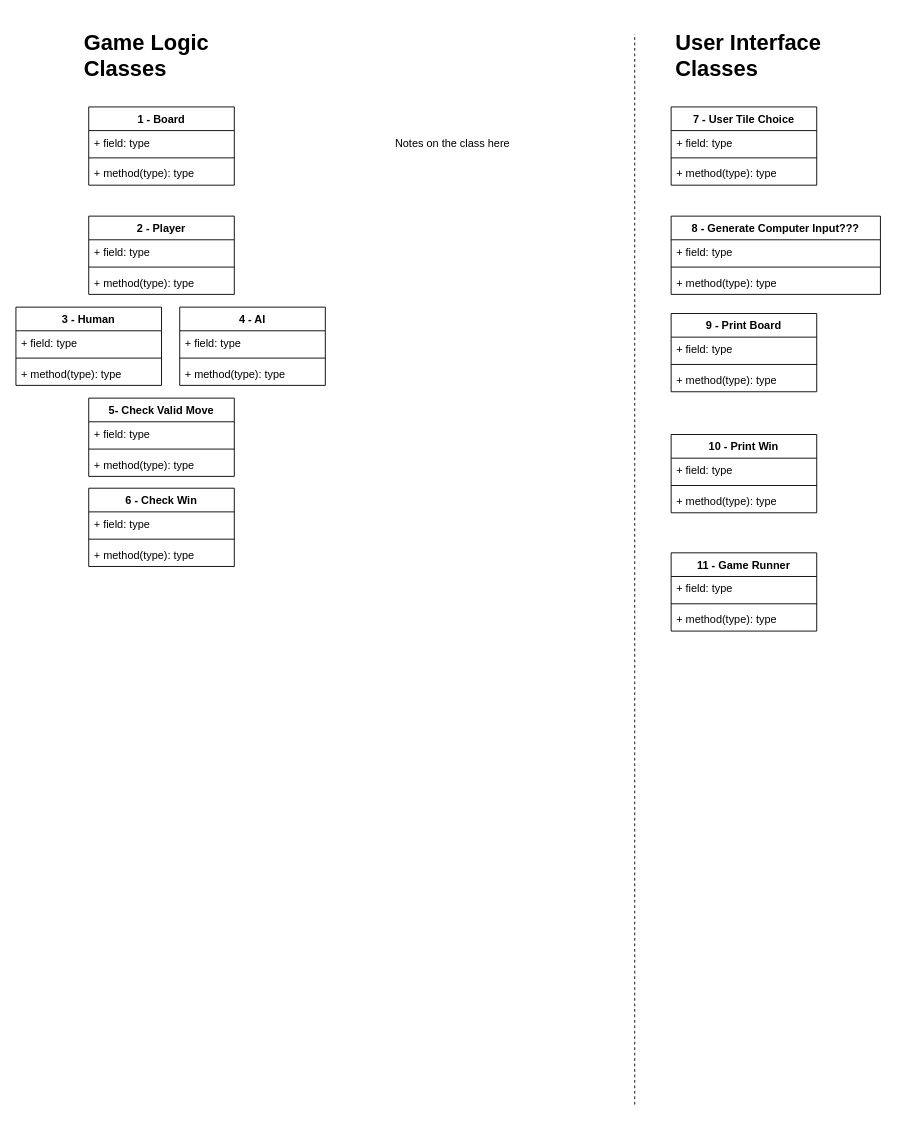
The draw.io diagram JavaTicTacToe.drawio in eccelm/database-diagrams, before the edit. Source tidied: cells renumbered, new cells numbered last; positions are measured from the earlier drawing's top-left corner, leaving out a move shared by most shapes. Both pictures are drawn from the tidied source at 91%, with x=0, y=0 at pixel (15, 25).
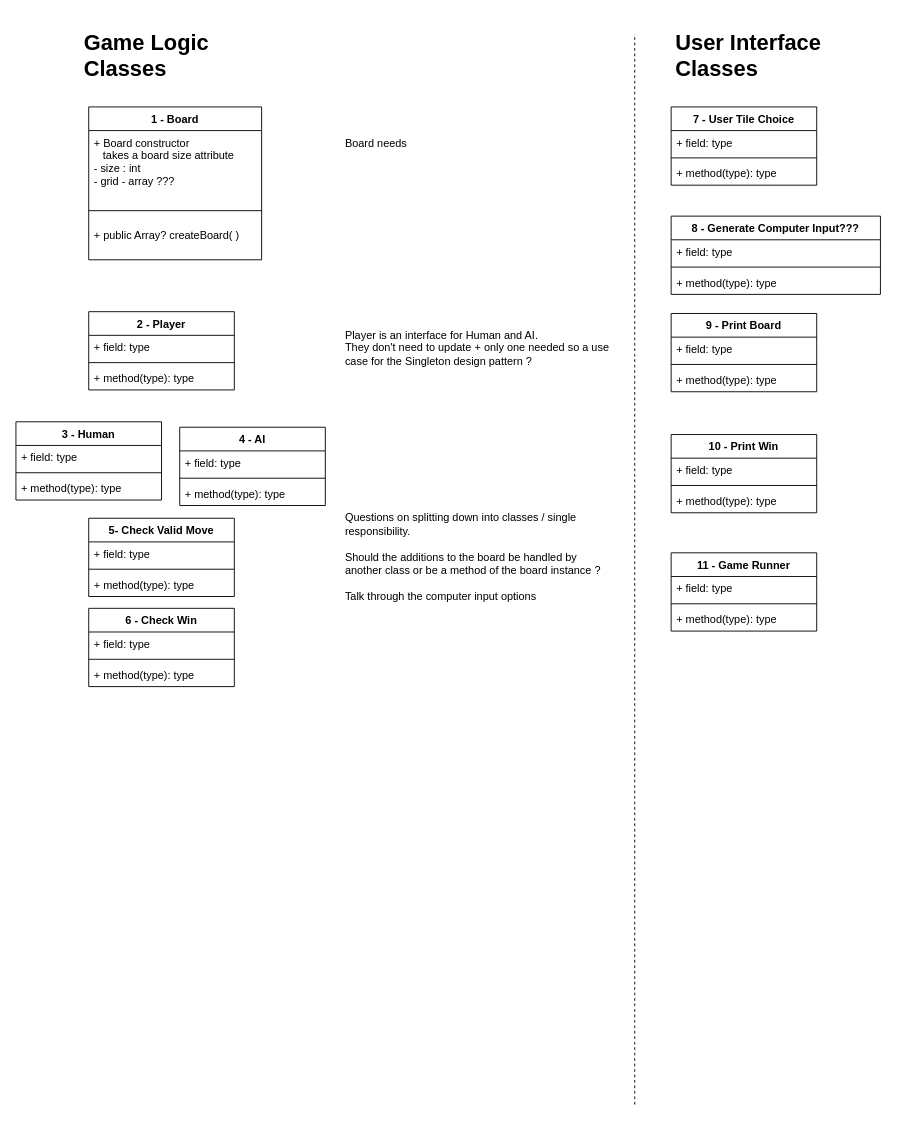
After the change.

Change to the diagram source:
```diff
@@
     <mxCell id="2" value="1 - Board" style="swimlane;fontStyle=1;align=center;verticalAlign=top;horizontal=1;startSize=26;" parent="1" vertex="1">
-      <mxGeometry x="80" y="90" width="160" height="86" as="geometry" />
+      <mxGeometry x="80" y="90" width="190" height="168" as="geometry" />
     </mxCell>
-    <mxCell id="3" value="+ field: type" style="text;strokeColor=none;fillColor=none;align=left;verticalAlign=top;spacingLeft=4;spacingRight=4;overflow=hidden;" parent="2" vertex="1">
-      <mxGeometry y="26" width="160" height="26" as="geometry" />
+    <mxCell id="3" value="+ Board constructor &#10;   takes a board size attribute&#10;- size : int&#10;- grid - array ???&#10;" style="text;strokeColor=none;fillColor=none;align=left;verticalAlign=top;spacingLeft=4;spacingRight=4;overflow=hidden;" parent="2" vertex="1">
+      <mxGeometry y="26" width="190" height="74" as="geometry" />
     </mxCell>
     <mxCell id="4" style="line;strokeWidth=1;fillColor=none;align=left;verticalAlign=middle;spacingTop=-1;spacingLeft=3;spacingRight=3;labelPosition=right;" parent="2" vertex="1">
-      <mxGeometry y="52" width="160" height="8" as="geometry" />
+      <mxGeometry y="100" width="190" height="28" as="geometry" />
     </mxCell>
-    <mxCell id="5" value="+ method(type): type&#10;" style="text;strokeColor=none;fillColor=none;align=left;verticalAlign=top;spacingLeft=4;spacingRight=4;overflow=hidden;" parent="2" vertex="1">
-      <mxGeometry y="60" width="160" height="26" as="geometry" />
+    <mxCell id="5" value="+ public Array? createBoard( )&#10;" style="text;strokeColor=none;fillColor=none;align=left;verticalAlign=top;spacingLeft=4;spacingRight=4;overflow=hidden;" parent="2" vertex="1">
+      <mxGeometry y="128" width="190" height="40" as="geometry" />
     </mxCell>
@@
     <mxCell id="8" value="2 - Player" style="swimlane;fontStyle=1;align=center;verticalAlign=top;horizontal=1;startSize=26;" parent="1" vertex="1">
-      <mxGeometry x="80" y="210" width="160" height="86" as="geometry" />
+      <mxGeometry x="80" y="315" width="160" height="86" as="geometry" />
     </mxCell>
@@
-    <mxCell id="17" value="Notes on the class here" style="text;html=1;strokeColor=none;fillColor=none;align=center;verticalAlign=middle;whiteSpace=wrap;rounded=0;" parent="1" vertex="1">
-      <mxGeometry x="320" y="90" width="320" height="80" as="geometry" />
+    <mxCell id="17" value="Board needs&amp;nbsp;" style="text;html=1;strokeColor=none;fillColor=none;align=left;verticalAlign=middle;whiteSpace=wrap;rounded=0;shadow=0;" parent="1" vertex="1">
+      <mxGeometry x="360" y="90" width="300" height="80" as="geometry" />
     </mxCell>
     <mxCell id="18" value="3 - Human" style="swimlane;fontStyle=1;align=center;verticalAlign=top;horizontal=1;startSize=26;" parent="1" vertex="1">
-      <mxGeometry y="310" width="160" height="86" as="geometry" />
+      <mxGeometry y="436" width="160" height="86" as="geometry" />
     </mxCell>
@@
     <mxCell id="22" value="4 - AI" style="swimlane;fontStyle=1;align=center;verticalAlign=top;horizontal=1;startSize=26;" parent="1" vertex="1">
-      <mxGeometry x="180" y="310" width="160" height="86" as="geometry" />
+      <mxGeometry x="180" y="442" width="160" height="86" as="geometry" />
     </mxCell>
@@
     <mxCell id="26" value="5- Check Valid Move" style="swimlane;fontStyle=1;align=center;verticalAlign=top;horizontal=1;startSize=26;" parent="1" vertex="1">
-      <mxGeometry x="80" y="410" width="160" height="86" as="geometry" />
+      <mxGeometry x="80" y="542" width="160" height="86" as="geometry" />
     </mxCell>
@@
     <mxCell id="30" value="6 - Check Win" style="swimlane;fontStyle=1;align=center;verticalAlign=top;horizontal=1;startSize=26;" parent="1" vertex="1">
-      <mxGeometry x="80" y="509" width="160" height="86" as="geometry" />
+      <mxGeometry x="80" y="641" width="160" height="86" as="geometry" />
     </mxCell>
@@
+    <mxCell id="50" value="Player is an interface for Human and AI.&amp;nbsp;&lt;br&gt;They don't need to update + only one needed so a use case for the Singleton design pattern ?&amp;nbsp;" style="text;html=1;strokeColor=none;fillColor=none;align=left;verticalAlign=middle;whiteSpace=wrap;rounded=0;shadow=0;" parent="1" vertex="1">
+      <mxGeometry x="360" y="315" width="300" height="80" as="geometry" />
+    </mxCell>
+    <mxCell id="51" value="Questions on splitting down into classes / single responsibility.&lt;br&gt;&lt;br&gt;Should the additions to the board be handled by another class or be a method of the board instance ?&amp;nbsp;&lt;br&gt;&lt;br&gt;Talk through the computer input options&amp;nbsp;" style="text;html=1;strokeColor=none;fillColor=none;align=left;verticalAlign=middle;whiteSpace=wrap;rounded=0;shadow=0;" parent="1" vertex="1">
+      <mxGeometry x="360" y="445" width="300" height="280" as="geometry" />
+    </mxCell>
```
